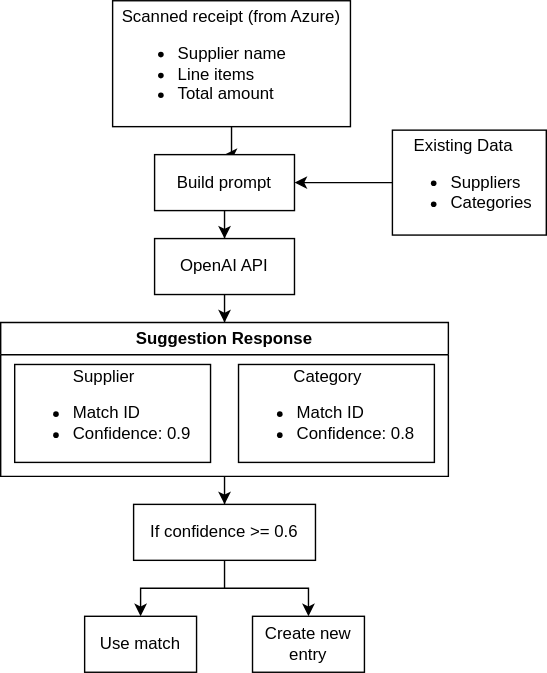
The draw.io diagram docs/diagrams/integrations/open-ai.svg in ArgoRobots/Argo-Books-Avalonia, before a commit. Source tidied: cells renumbered, new cells last; positions are measured from the earlier drawing's top-left corner, leaving out a move shared by most shapes.
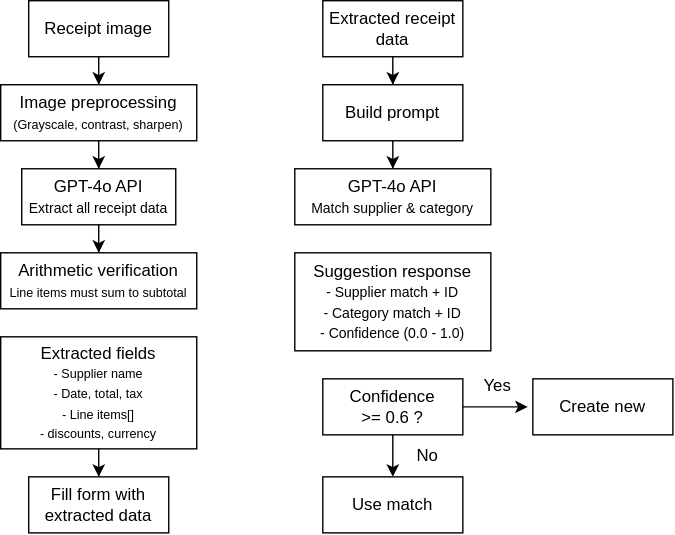
Later version of the same file.

Commit message:
Update docs to reflect GPT-4o receipt scanning replacing Azure Document Intelligence

Change to the diagram source:
```diff
@@ -2,61 +2,74 @@
   <root>
     <mxCell id="0" />
     <mxCell id="1" parent="0" />
-    <mxCell id="2" style="edgeStyle=orthogonalEdgeStyle;rounded=0;jettySize=auto;html=1;entryX=0.5;entryY=0;entryDx=0;entryDy=0;" parent="1" edge="1" source="3" target="5">
-      <mxGeometry relative="1" as="geometry" />
-    </mxCell>
-    <mxCell id="3" value="&lt;div style=&quot;&quot;&gt;&lt;span style=&quot;background-color: transparent; color: light-dark(rgb(0, 0, 0), rgb(255, 255, 255));&quot;&gt;Scanned receipt (from Azure)&lt;/span&gt;&lt;/div&gt;&lt;div&gt;&lt;ul&gt;&lt;li style=&quot;text-align: left;&quot;&gt;&lt;span style=&quot;background-color: transparent; color: light-dark(rgb(0, 0, 0), rgb(255, 255, 255));&quot;&gt;Supplier name&lt;/span&gt;&lt;/li&gt;&lt;li style=&quot;text-align: left;&quot;&gt;&lt;span style=&quot;background-color: transparent; color: light-dark(rgb(0, 0, 0), rgb(255, 255, 255));&quot;&gt;Line items&lt;/span&gt;&lt;/li&gt;&lt;li style=&quot;text-align: left;&quot;&gt;&lt;span style=&quot;background-color: transparent; color: light-dark(rgb(0, 0, 0), rgb(255, 255, 255));&quot;&gt;Total amount&lt;/span&gt;&lt;/li&gt;&lt;/ul&gt;&lt;/div&gt;" style="rounded=0;whiteSpace=wrap;html=1;align=center;" parent="1" vertex="1">
-      <mxGeometry x="80" width="170" height="90" as="geometry" />
-    </mxCell>
-    <mxCell id="4" style="edgeStyle=orthogonalEdgeStyle;rounded=0;jettySize=auto;html=1;entryX=0.5;entryY=0;entryDx=0;entryDy=0;" parent="1" edge="1" source="5" target="9">
-      <mxGeometry relative="1" as="geometry" />
-    </mxCell>
+    <mxCell id="19" style="edgeStyle=orthogonalEdgeStyle;rounded=0;jettySize=auto;html=1;entryX=0.5;entryY=0;entryDx=0;entryDy=0;" parent="1" edge="1" source="20" target="22">
+      <mxGeometry relative="1" as="geometry" />
+    </mxCell>
+    <mxCell id="20" value="Receipt image" style="rounded=0;whiteSpace=wrap;html=1;" parent="1" vertex="1">
+      <mxGeometry x="60" y="-160" width="100" height="40" as="geometry" />
+    </mxCell>
+    <mxCell id="21" style="edgeStyle=orthogonalEdgeStyle;rounded=0;jettySize=auto;html=1;entryX=0.5;entryY=0;entryDx=0;entryDy=0;" parent="1" edge="1" source="22" target="24">
+      <mxGeometry relative="1" as="geometry" />
+    </mxCell>
+    <mxCell id="22" value="Image preprocessing&lt;div&gt;&lt;font style=&quot;font-size: 9px;&quot;&gt;(Grayscale, contrast, sharpen)&lt;/font&gt;&lt;/div&gt;" style="rounded=0;whiteSpace=wrap;html=1;" parent="1" vertex="1">
+      <mxGeometry x="40" y="-100" width="140" height="40" as="geometry" />
+    </mxCell>
+    <mxCell id="23" style="edgeStyle=orthogonalEdgeStyle;rounded=0;jettySize=auto;html=1;entryX=0.5;entryY=0;entryDx=0;entryDy=0;" parent="1" edge="1" source="24" target="25">
+      <mxGeometry relative="1" as="geometry" />
+    </mxCell>
+    <mxCell id="24" value="GPT-4o API&lt;div&gt;&lt;font size=&quot;1&quot;&gt;Extract all receipt data&lt;/font&gt;&lt;/div&gt;" style="rounded=0;whiteSpace=wrap;html=1;" parent="1" vertex="1">
+      <mxGeometry x="55" y="-40" width="110" height="40" as="geometry" />
+    </mxCell>
+    <mxCell id="25" value="Arithmetic verification&lt;div&gt;&lt;font style=&quot;font-size: 9px;&quot;&gt;Line items must sum to subtotal&lt;/font&gt;&lt;/div&gt;" style="rounded=0;whiteSpace=wrap;html=1;" parent="1" vertex="1">
+      <mxGeometry x="40" y="20" width="140" height="40" as="geometry" />
+    </mxCell>
+    <mxCell id="26" style="edgeStyle=orthogonalEdgeStyle;rounded=0;jettySize=auto;html=1;entryX=0.5;entryY=0;entryDx=0;entryDy=0;" parent="1" edge="1" source="27" target="28">
+      <mxGeometry relative="1" as="geometry" />
+    </mxCell>
+    <mxCell id="27" value="Extracted fields&lt;div&gt;&lt;font style=&quot;font-size: 9px;&quot;&gt;- Supplier name&lt;/font&gt;&lt;/div&gt;&lt;div&gt;&lt;font style=&quot;font-size: 9px;&quot;&gt;- Date, total, tax&lt;/font&gt;&lt;/div&gt;&lt;div&gt;&lt;font style=&quot;font-size: 9px;&quot;&gt;- Line items[]&lt;/font&gt;&lt;/div&gt;&lt;div&gt;&lt;font style=&quot;font-size: 9px;&quot;&gt;- discounts, currency&lt;/font&gt;&lt;/div&gt;" style="rounded=0;whiteSpace=wrap;html=1;" parent="1" vertex="1">
+      <mxGeometry x="40" y="80" width="140" height="80" as="geometry" />
+    </mxCell>
+    <mxCell id="28" value="Fill form with extracted data" style="rounded=0;whiteSpace=wrap;html=1;" parent="1" vertex="1">
+      <mxGeometry x="60" y="180" width="100" height="40" as="geometry" />
+    </mxCell>
+    <mxCell id="29" style="edgeStyle=orthogonalEdgeStyle;rounded=0;jettySize=auto;html=1;entryX=0.5;entryY=0;entryDx=0;entryDy=0;" parent="1" edge="1" source="30" target="5">
+      <mxGeometry relative="1" as="geometry" />
+    </mxCell>
+    <mxCell id="30" value="Extracted receipt data" style="rounded=0;whiteSpace=wrap;html=1;" parent="1" vertex="1">
+      <mxGeometry x="270" y="-160" width="100" height="40" as="geometry" />
+    </mxCell>
+    <mxCell id="31" style="edgeStyle=orthogonalEdgeStyle;rounded=0;jettySize=auto;html=1;entryX=0.5;entryY=0;entryDx=0;entryDy=0;" parent="1" edge="1" source="5" target="32">
+      <mxGeometry relative="1" as="geometry" />
+    </mxCell>
     <mxCell id="5" value="Build prompt" style="rounded=0;whiteSpace=wrap;html=1;" parent="1" vertex="1">
-      <mxGeometry x="110" y="110" width="100" height="40" as="geometry" />
+      <mxGeometry x="270" y="-100" width="100" height="40" as="geometry" />
     </mxCell>
-    <mxCell id="6" style="edgeStyle=orthogonalEdgeStyle;rounded=0;jettySize=auto;html=1;entryX=1;entryY=0.5;entryDx=0;entryDy=0;" parent="1" edge="1" source="7" target="5">
-      <mxGeometry relative="1" as="geometry" />
-    </mxCell>
-    <mxCell id="7" value="&lt;div style=&quot;text-align: center;&quot;&gt;&lt;span style=&quot;background-color: transparent; color: light-dark(rgb(0, 0, 0), rgb(255, 255, 255));&quot;&gt;Existing Data&lt;/span&gt;&lt;/div&gt;&lt;div&gt;&lt;ul&gt;&lt;li&gt;Suppliers&lt;/li&gt;&lt;li&gt;Categories&lt;/li&gt;&lt;/ul&gt;&lt;/div&gt;" style="rounded=0;whiteSpace=wrap;html=1;align=left;" parent="1" vertex="1">
-      <mxGeometry x="280" y="92.5" width="110" height="75" as="geometry" />
-    </mxCell>
-    <mxCell id="8" style="edgeStyle=orthogonalEdgeStyle;rounded=0;jettySize=auto;html=1;entryX=0.5;entryY=0;entryDx=0;entryDy=0;" parent="1" edge="1" source="9" target="11">
-      <mxGeometry relative="1" as="geometry" />
-    </mxCell>
-    <mxCell id="9" value="OpenAI API" style="rounded=0;whiteSpace=wrap;html=1;" parent="1" vertex="1">
-      <mxGeometry x="110" y="170" width="100" height="40" as="geometry" />
-    </mxCell>
-    <mxCell id="10" style="edgeStyle=orthogonalEdgeStyle;rounded=0;jettySize=auto;html=1;entryX=0.5;entryY=0;entryDx=0;entryDy=0;" parent="1" edge="1" source="11" target="15">
-      <mxGeometry relative="1" as="geometry" />
-    </mxCell>
-    <mxCell id="11" value="Suggestion Response" style="swimlane;whiteSpace=wrap;html=1;" parent="1" vertex="1">
-      <mxGeometry y="230" width="320" height="110" as="geometry" />
-    </mxCell>
-    <mxCell id="12" value="&lt;div style=&quot;text-align: center;&quot;&gt;&lt;span style=&quot;background-color: transparent; color: light-dark(rgb(0, 0, 0), rgb(255, 255, 255));&quot;&gt;Supplier&lt;/span&gt;&lt;/div&gt;&lt;div&gt;&lt;ul&gt;&lt;li&gt;Match ID&lt;/li&gt;&lt;li&gt;Confidence: 0.9&lt;/li&gt;&lt;/ul&gt;&lt;/div&gt;" style="rounded=0;whiteSpace=wrap;html=1;align=left;" parent="11" vertex="1">
-      <mxGeometry x="10" y="30" width="140" height="70" as="geometry" />
-    </mxCell>
-    <mxCell id="13" value="&lt;div style=&quot;text-align: center;&quot;&gt;&lt;span style=&quot;background-color: transparent; color: light-dark(rgb(0, 0, 0), rgb(255, 255, 255));&quot;&gt;Category&lt;/span&gt;&lt;/div&gt;&lt;div&gt;&lt;ul&gt;&lt;li&gt;Match ID&lt;/li&gt;&lt;li&gt;Confidence: 0.8&lt;/li&gt;&lt;/ul&gt;&lt;/div&gt;" style="rounded=0;whiteSpace=wrap;html=1;align=left;" parent="11" vertex="1">
-      <mxGeometry x="170" y="30" width="140" height="70" as="geometry" />
-    </mxCell>
-    <mxCell id="14" style="edgeStyle=orthogonalEdgeStyle;rounded=0;jettySize=auto;html=1;entryX=0.5;entryY=0;entryDx=0;entryDy=0;" parent="1" edge="1" source="15" target="16">
-      <mxGeometry relative="1" as="geometry" />
-    </mxCell>
-    <mxCell id="15" value="If confidence &amp;gt;= 0.6" style="rounded=0;whiteSpace=wrap;html=1;" parent="1" vertex="1">
-      <mxGeometry x="95" y="360" width="130" height="40" as="geometry" />
-    </mxCell>
+    <mxCell id="32" value="GPT-4o API&lt;div&gt;&lt;font size=&quot;1&quot;&gt;Match supplier &amp;amp; category&lt;/font&gt;&lt;/div&gt;" style="rounded=0;whiteSpace=wrap;html=1;" parent="1" vertex="1">
+      <mxGeometry x="250" y="-40" width="140" height="40" as="geometry" />
+    </mxCell>
+    <mxCell id="33" value="Suggestion response&lt;br&gt;&lt;font size=&quot;1&quot;&gt;- Supplier match + ID&lt;/font&gt;&lt;div&gt;&lt;font size=&quot;1&quot;&gt;- Category match + ID&lt;/font&gt;&lt;/div&gt;&lt;div&gt;&lt;font size=&quot;1&quot;&gt;- Confidence (0.0 - 1.0)&lt;/font&gt;&lt;/div&gt;" style="rounded=0;whiteSpace=wrap;html=1;" parent="1" vertex="1">
+      <mxGeometry x="250" y="20" width="140" height="70" as="geometry" />
+    </mxCell>
+    <mxCell id="34" style="edgeStyle=orthogonalEdgeStyle;rounded=0;jettySize=auto;html=1;entryX=0.5;entryY=0;entryDx=0;entryDy=0;" parent="1" edge="1" source="35" target="16">
+      <mxGeometry relative="1" as="geometry" />
+    </mxCell>
+    <mxCell id="35" value="Confidence&lt;div&gt;&amp;gt;= 0.6 ?&lt;/div&gt;" style="rounded=0;whiteSpace=wrap;html=1;" parent="1" vertex="1">
+      <mxGeometry x="270" y="110" width="100" height="40" as="geometry" />
+    </mxCell>
+    <mxCell id="36" value="Create new" style="rounded=0;whiteSpace=wrap;html=1;" parent="1" vertex="1">
+      <mxGeometry x="420" y="110" width="100" height="40" as="geometry" />
+    </mxCell>
     <mxCell id="16" value="Use match" style="rounded=0;whiteSpace=wrap;html=1;" parent="1" vertex="1">
-      <mxGeometry x="60" y="440" width="80" height="40" as="geometry" />
+      <mxGeometry x="270" y="180" width="100" height="40" as="geometry" />
     </mxCell>
-    <mxCell id="17" value="Create new entry" style="rounded=0;whiteSpace=wrap;html=1;" parent="1" vertex="1">
-      <mxGeometry x="180" y="440" width="80" height="40" as="geometry" />
-    </mxCell>
-    <mxCell id="18" style="endArrow=classic;html=1;rounded=0;entryX=0.5;entryY=0;entryDx=0;entryDy=0;" parent="1" edge="1" target="17">
-      <mxGeometry relative="1" as="geometry">
-        <mxPoint x="160" y="420" as="sourcePoint" />
-        <Array as="points">
-          <mxPoint x="220" y="420" />
-        </Array>
-      </mxGeometry>
-    </mxCell>
+    <mxCell id="37" style="edgeStyle=orthogonalEdgeStyle;rounded=0;jettySize=auto;html=1;entryX=-0.036;entryY=0.501;entryDx=0;entryDy=0;entryPerimeter=0;" parent="1" edge="1" source="35" target="36">
+      <mxGeometry relative="1" as="geometry" />
+    </mxCell>
+    <mxCell id="38" value="No" style="text;html=1;whiteSpace=wrap;strokeColor=none;fillColor=none;align=center;verticalAlign=middle;rounded=0;" parent="1" vertex="1">
+      <mxGeometry x="320" y="150" width="50" height="30" as="geometry" />
+    </mxCell>
+    <mxCell id="39" value="Yes" style="text;html=1;whiteSpace=wrap;strokeColor=none;fillColor=none;align=center;verticalAlign=middle;rounded=0;" parent="1" vertex="1">
+      <mxGeometry x="370" y="100" width="50" height="30" as="geometry" />
+    </mxCell>
   </root>
 </mxGraphModel>
```
